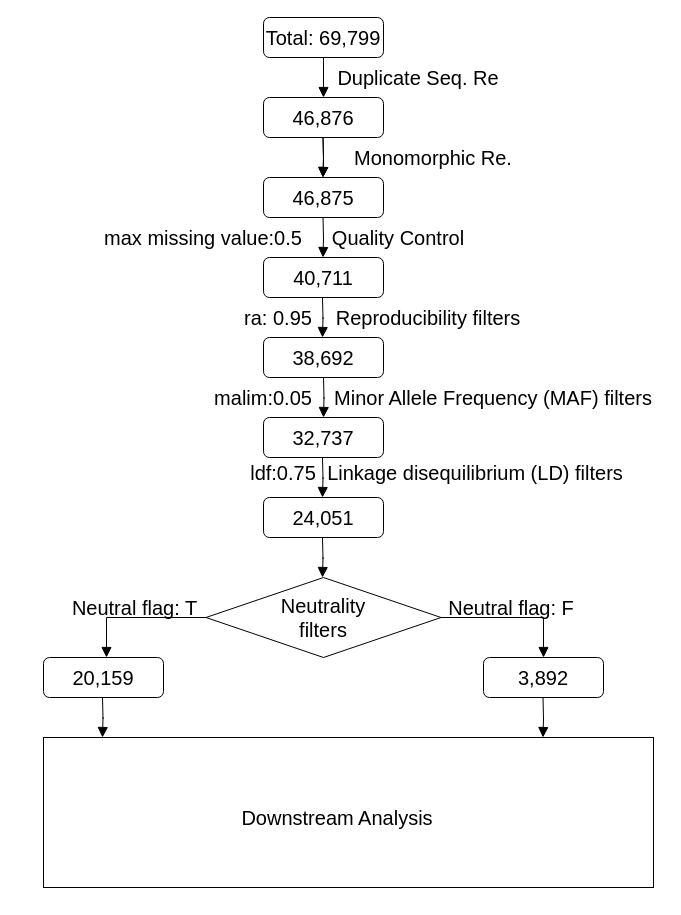
This is RESULTS/Article_figures/Figure_development/Diagram/Diagram.drawio from annabellisa/buffel_burning, a draw.io file, before an edit. Source tidied: cells renumbered, new cells numbered last; positions are measured from the earlier drawing's top-left corner, leaving out a move shared by most shapes. Both pictures are drawn from the tidied source at 100%, with x=0, y=0 at pixel (43, 17).
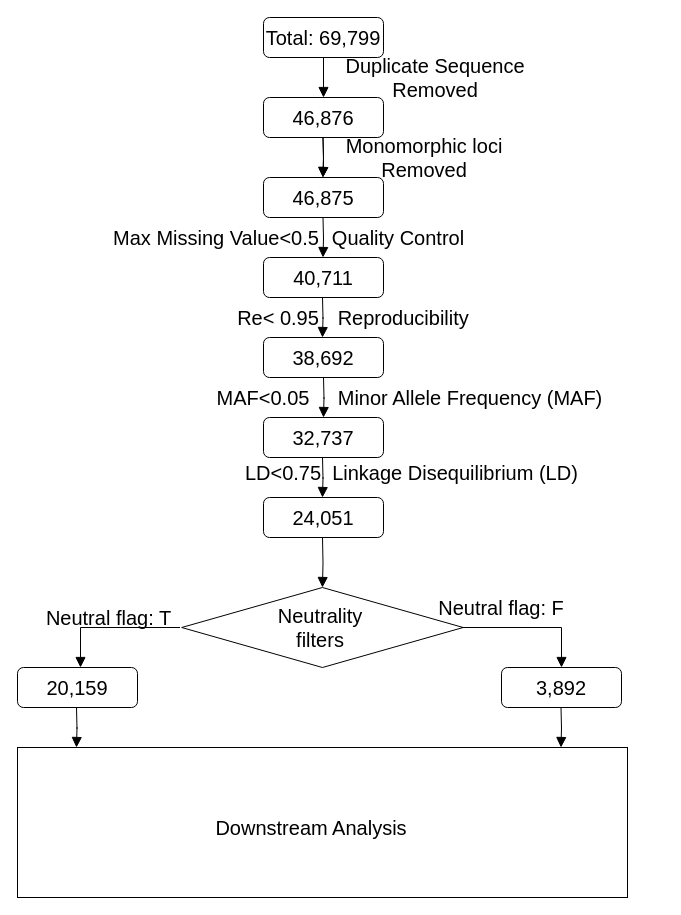
After the change.

The edit, as a diff of the source:
```diff
@@
-    <mxCell id="6" value="Duplicate Seq. Re" style="text;html=1;strokeColor=none;fillColor=none;align=center;verticalAlign=middle;whiteSpace=wrap;rounded=0;strokeWidth=1;fontSize=20;" parent="1" vertex="1">
-      <mxGeometry x="290" y="50" width="170" height="20" as="geometry" />
+    <mxCell id="6" value="Duplicate Sequence Removed" style="text;html=1;strokeColor=none;fillColor=none;align=center;verticalAlign=middle;whiteSpace=wrap;rounded=0;strokeWidth=1;fontSize=20;" parent="1" vertex="1">
+      <mxGeometry x="280" y="50" width="224" height="20" as="geometry" />
     </mxCell>
@@
-    <mxCell id="8" value="Monomorphic Re." style="text;html=1;strokeColor=none;fillColor=none;align=center;verticalAlign=middle;whiteSpace=wrap;rounded=0;strokeWidth=1;fontSize=20;" parent="1" vertex="1">
-      <mxGeometry x="290" y="130" width="200" height="20" as="geometry" />
+    <mxCell id="8" value="Monomorphic loci Removed" style="text;html=1;strokeColor=none;fillColor=none;align=center;verticalAlign=middle;whiteSpace=wrap;rounded=0;strokeWidth=1;fontSize=20;" parent="1" vertex="1">
+      <mxGeometry x="281" y="130" width="200" height="20" as="geometry" />
     </mxCell>
@@
-    <mxCell id="14" style="rounded=0;html=1;jettySize=auto;orthogonalLoop=1;fontSize=20;endArrow=block;endFill=1;endSize=8;strokeWidth=1;shadow=0;labelBackgroundColor=none;edgeStyle=orthogonalEdgeStyle;entryX=0.5;entryY=0;entryDx=0;entryDy=0;" parent="1" edge="1">
+    <mxCell id="14" style="rounded=0;html=1;jettySize=auto;fontSize=20;endArrow=block;endFill=1;endSize=8;strokeWidth=1;shadow=0;labelBackgroundColor=none;edgeStyle=orthogonalEdgeStyle;entryX=0.5;entryY=0;entryDx=0;entryDy=0;" parent="1" edge="1" target="39">
       <mxGeometry relative="1" as="geometry">
         <mxPoint x="279" y="520" as="sourcePoint" />
-        <mxPoint x="279" y="560" as="targetPoint" />
       </mxGeometry>
     </mxCell>
@@
-    <mxCell id="17" style="rhombus;whiteSpace=wrap;html=1;strokeWidth=1;fontSize=20;" parent="1" vertex="1">
-      <mxGeometry x="162.5" y="560" width="235" height="80" as="geometry" />
-    </mxCell>
-    <mxCell id="18" value="max missing value:0.5" style="text;html=1;strokeColor=none;fillColor=none;align=center;verticalAlign=middle;whiteSpace=wrap;rounded=0;strokeWidth=1;fontSize=20;" parent="1" vertex="1">
-      <mxGeometry x="40" y="210" width="240" height="20" as="geometry" />
+    <mxCell id="18" value="Max Missing Value&amp;lt;0.5" style="text;html=1;strokeColor=none;fillColor=none;align=center;verticalAlign=middle;whiteSpace=wrap;rounded=0;strokeWidth=1;fontSize=20;" parent="1" vertex="1">
+      <mxGeometry x="65" y="210" width="216" height="20" as="geometry" />
     </mxCell>
-    <mxCell id="19" value="Reproducibility filters" style="text;html=1;strokeColor=none;fillColor=none;align=center;verticalAlign=middle;whiteSpace=wrap;rounded=0;strokeWidth=1;fontSize=20;" parent="1" vertex="1">
-      <mxGeometry x="250" y="290" width="270" height="20" as="geometry" />
+    <mxCell id="19" value="Reproducibility&amp;nbsp;" style="text;html=1;strokeColor=none;fillColor=none;align=center;verticalAlign=middle;whiteSpace=wrap;rounded=0;strokeWidth=1;fontSize=20;" parent="1" vertex="1">
+      <mxGeometry x="290" y="290" width="146" height="20" as="geometry" />
     </mxCell>
-    <mxCell id="20" value="ra: 0.95" style="text;html=1;strokeColor=none;fillColor=none;align=center;verticalAlign=middle;whiteSpace=wrap;rounded=0;strokeWidth=1;fontSize=20;" parent="1" vertex="1">
+    <mxCell id="20" value="Re&amp;lt; 0.95" style="text;html=1;strokeColor=none;fillColor=none;align=center;verticalAlign=middle;whiteSpace=wrap;rounded=0;strokeWidth=1;fontSize=20;" parent="1" vertex="1">
       <mxGeometry x="190" y="290" width="90" height="20" as="geometry" />
     </mxCell>
@@
-    <mxCell id="23" value="Minor Allele Frequency (MAF) filters" style="text;html=1;strokeColor=none;fillColor=none;align=center;verticalAlign=middle;whiteSpace=wrap;rounded=0;strokeWidth=1;fontSize=20;" parent="1" vertex="1">
-      <mxGeometry x="280" y="370" width="340" height="20" as="geometry" />
+    <mxCell id="23" value="Minor Allele Frequency (MAF)" style="text;html=1;strokeColor=none;fillColor=none;align=center;verticalAlign=middle;whiteSpace=wrap;rounded=0;strokeWidth=1;fontSize=20;" parent="1" vertex="1">
+      <mxGeometry x="280" y="370" width="294" height="20" as="geometry" />
     </mxCell>
-    <mxCell id="24" value="malim:0.05" style="text;html=1;strokeColor=none;fillColor=none;align=center;verticalAlign=middle;whiteSpace=wrap;rounded=0;strokeWidth=1;fontSize=20;" parent="1" vertex="1">
+    <mxCell id="24" value="MAF&amp;lt;0.05" style="text;html=1;strokeColor=none;fillColor=none;align=center;verticalAlign=middle;whiteSpace=wrap;rounded=0;strokeWidth=1;fontSize=20;" parent="1" vertex="1">
       <mxGeometry x="180" y="370" width="80" height="20" as="geometry" />
     </mxCell>
-    <mxCell id="25" style="rounded=0;html=1;jettySize=auto;orthogonalLoop=1;fontSize=20;endArrow=block;endFill=1;endSize=8;strokeWidth=1;shadow=0;labelBackgroundColor=none;edgeStyle=orthogonalEdgeStyle;" parent="1" edge="1">
-      <mxGeometry relative="1" as="geometry">
-        <mxPoint x="162.5" y="600" as="sourcePoint" />
-        <mxPoint x="63" y="640" as="targetPoint" />
-        <Array as="points">
-          <mxPoint x="63" y="600" />
-        </Array>
-      </mxGeometry>
-    </mxCell>
-    <mxCell id="26" style="rounded=0;html=1;jettySize=auto;fontSize=20;endArrow=block;endFill=1;endSize=8;strokeWidth=1;shadow=0;labelBackgroundColor=none;edgeStyle=orthogonalEdgeStyle;" parent="1" edge="1" source="17">
-      <mxGeometry relative="1" as="geometry">
-        <mxPoint x="500" y="640" as="targetPoint" />
-        <Array as="points">
-          <mxPoint x="500" y="600" />
-        </Array>
-      </mxGeometry>
-    </mxCell>
-    <mxCell id="27" style="rounded=0;html=1;jettySize=auto;orthogonalLoop=1;fontSize=20;endArrow=block;endFill=1;endSize=8;strokeWidth=1;shadow=0;labelBackgroundColor=none;edgeStyle=orthogonalEdgeStyle;entryX=0.5;entryY=0;entryDx=0;entryDy=0;" parent="1" edge="1">
-      <mxGeometry relative="1" as="geometry">
-        <mxPoint x="499.5" y="680" as="sourcePoint" />
-        <mxPoint x="499.5" y="720" as="targetPoint" />
-      </mxGeometry>
-    </mxCell>
-    <mxCell id="28" style="rounded=0;html=1;jettySize=auto;orthogonalLoop=1;fontSize=20;endArrow=block;endFill=1;endSize=8;strokeWidth=1;shadow=0;labelBackgroundColor=none;edgeStyle=orthogonalEdgeStyle;entryX=0.5;entryY=0;entryDx=0;entryDy=0;" parent="1" edge="1">
-      <mxGeometry relative="1" as="geometry">
-        <mxPoint x="59" y="680" as="sourcePoint" />
-        <mxPoint x="59" y="720" as="targetPoint" />
-      </mxGeometry>
-    </mxCell>
-    <mxCell id="29" value="Linkage disequilibrium (LD) filters" style="text;html=1;strokeColor=none;fillColor=none;align=center;verticalAlign=middle;whiteSpace=wrap;rounded=0;strokeWidth=1;fontSize=20;" parent="1" vertex="1">
-      <mxGeometry x="274" y="430" width="316" height="50" as="geometry" />
+    <mxCell id="29" value="Linkage Disequilibrium (LD)" style="text;html=1;strokeColor=none;fillColor=none;align=center;verticalAlign=middle;whiteSpace=wrap;rounded=0;strokeWidth=1;fontSize=20;" parent="1" vertex="1">
+      <mxGeometry x="274" y="430" width="276" height="50" as="geometry" />
     </mxCell>
@@
-    <mxCell id="31" value="ldf:0.75" style="text;html=1;strokeColor=none;fillColor=none;align=center;verticalAlign=middle;whiteSpace=wrap;rounded=0;strokeWidth=1;fontSize=20;" parent="1" vertex="1">
+    <mxCell id="31" value="LD&amp;lt;0.75" style="text;html=1;strokeColor=none;fillColor=none;align=center;verticalAlign=middle;whiteSpace=wrap;rounded=0;strokeWidth=1;fontSize=20;" parent="1" vertex="1">
       <mxGeometry x="200" y="445" width="80" height="20" as="geometry" />
     </mxCell>
+    <mxCell id="39" style="rhombus;whiteSpace=wrap;html=1;strokeWidth=1;fontSize=20;" parent="1" vertex="1">
+      <mxGeometry x="138.2" y="570" width="281.5" height="80" as="geometry" />
+    </mxCell>
+    <mxCell id="40" style="rounded=0;html=1;jettySize=auto;orthogonalLoop=1;fontSize=20;endArrow=block;endFill=1;endSize=8;strokeWidth=1;shadow=0;labelBackgroundColor=none;edgeStyle=orthogonalEdgeStyle;" parent="1" edge="1">
+      <mxGeometry relative="1" as="geometry">
+        <mxPoint x="136.5" y="610" as="sourcePoint" />
+        <mxPoint x="37" y="650" as="targetPoint" />
+        <Array as="points">
+          <mxPoint x="37" y="610" />
+        </Array>
+      </mxGeometry>
+    </mxCell>
+    <mxCell id="41" style="rounded=0;html=1;jettySize=auto;fontSize=20;endArrow=block;endFill=1;endSize=8;strokeWidth=1;shadow=0;labelBackgroundColor=none;edgeStyle=orthogonalEdgeStyle;entryX=0.5;entryY=0;entryDx=0;entryDy=0;" parent="1" edge="1" target="36">
+      <mxGeometry relative="1" as="geometry">
+        <mxPoint x="418" y="610" as="sourcePoint" />
+        <Array as="points">
+          <mxPoint x="518" y="610" />
+        </Array>
+      </mxGeometry>
+    </mxCell>
+    <mxCell id="42" style="rounded=0;html=1;jettySize=auto;orthogonalLoop=1;fontSize=20;endArrow=block;endFill=1;endSize=8;strokeWidth=1;shadow=0;labelBackgroundColor=none;edgeStyle=orthogonalEdgeStyle;entryX=0.5;entryY=0;entryDx=0;entryDy=0;" parent="1" edge="1">
+      <mxGeometry relative="1" as="geometry">
+        <mxPoint x="33" y="690" as="sourcePoint" />
+        <mxPoint x="33" y="730" as="targetPoint" />
+      </mxGeometry>
+    </mxCell>
     <mxCell id="32" value="Neutrality filters" style="text;html=1;strokeColor=none;fillColor=none;align=center;verticalAlign=middle;whiteSpace=wrap;rounded=0;strokeWidth=1;fontSize=20;" parent="1" vertex="1">
-      <mxGeometry x="225" y="585" width="110" height="30" as="geometry" />
+      <mxGeometry x="222.2" y="595" width="110" height="30" as="geometry" />
     </mxCell>
     <mxCell id="33" value="Neutral flag: T" style="text;html=1;strokeColor=none;fillColor=none;align=center;verticalAlign=middle;whiteSpace=wrap;rounded=0;strokeWidth=1;fontSize=20;" parent="1" vertex="1">
-      <mxGeometry x="20" y="580" width="142.5" height="20" as="geometry" />
+      <mxGeometry x="-6" y="590" width="142.5" height="20" as="geometry" />
     </mxCell>
     <mxCell id="34" value="Neutral flag: F" style="text;html=1;strokeColor=none;fillColor=none;align=center;verticalAlign=middle;whiteSpace=wrap;rounded=0;strokeWidth=1;fontSize=20;" parent="1" vertex="1">
-      <mxGeometry x="397.5" y="580" width="140" height="20" as="geometry" />
+      <mxGeometry x="388" y="580" width="140" height="20" as="geometry" />
     </mxCell>
     <mxCell id="35" value="20,159" style="rounded=1;whiteSpace=wrap;html=1;fontSize=20;glass=0;strokeWidth=1;shadow=0;" parent="1" vertex="1">
-      <mxGeometry y="640" width="120" height="40" as="geometry" />
+      <mxGeometry x="-26" y="650" width="120" height="40" as="geometry" />
     </mxCell>
     <mxCell id="36" value="3,892" style="rounded=1;whiteSpace=wrap;html=1;fontSize=20;glass=0;strokeWidth=1;shadow=0;" parent="1" vertex="1">
-      <mxGeometry x="440" y="640" width="120" height="40" as="geometry" />
+      <mxGeometry x="458" y="650" width="120" height="40" as="geometry" />
     </mxCell>
-    <mxCell id="37" style="rounded=0;whiteSpace=wrap;html=1;strokeWidth=1;fontSize=20;" parent="1" vertex="1">
-      <mxGeometry y="720" width="610" height="150" as="geometry" />
-    </mxCell>
+    <mxCell id="43" style="rounded=0;whiteSpace=wrap;html=1;strokeWidth=1;fontSize=20;" parent="1" vertex="1">
+      <mxGeometry x="-26" y="730" width="610" height="150" as="geometry" />
+    </mxCell>
     <mxCell id="38" value="Downstream Analysis" style="text;html=1;strokeColor=none;fillColor=none;align=center;verticalAlign=middle;whiteSpace=wrap;rounded=0;fontSize=20;" parent="1" vertex="1">
-      <mxGeometry x="114" y="770" width="360" height="60" as="geometry" />
+      <mxGeometry x="88" y="780" width="360" height="60" as="geometry" />
     </mxCell>
+    <mxCell id="44" style="rounded=0;html=1;jettySize=auto;orthogonalLoop=1;fontSize=20;endArrow=block;endFill=1;endSize=8;strokeWidth=1;shadow=0;labelBackgroundColor=none;edgeStyle=orthogonalEdgeStyle;entryX=0.5;entryY=0;entryDx=0;entryDy=0;" parent="1" edge="1">
+      <mxGeometry relative="1" as="geometry">
+        <mxPoint x="517.5" y="690" as="sourcePoint" />
+        <mxPoint x="517.5" y="730" as="targetPoint" />
+      </mxGeometry>
+    </mxCell>
```
